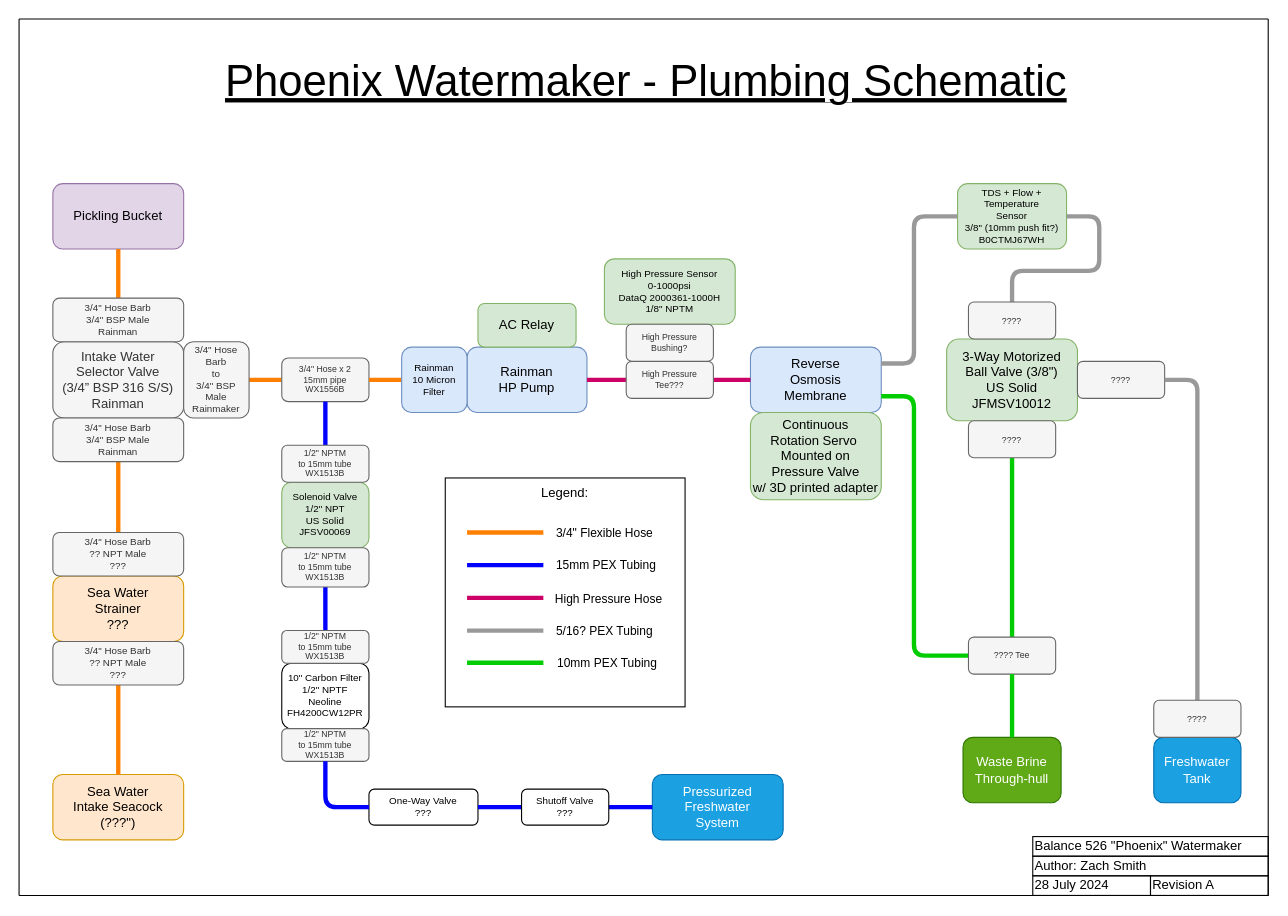
Before: page "Phoenix Plumbing" (4 of 5) of Brine-o-Matic 9000.drawio in hoeken/brineomatic, a draw.io diagram. Source tidied: cells renumbered, new cells numbered last; positions are measured from the earlier drawing's top-left corner, leaving out a move shared by most shapes. Both pictures are drawn from the tidied source at 109%, with x=0, y=0 at pixel (19, 19).
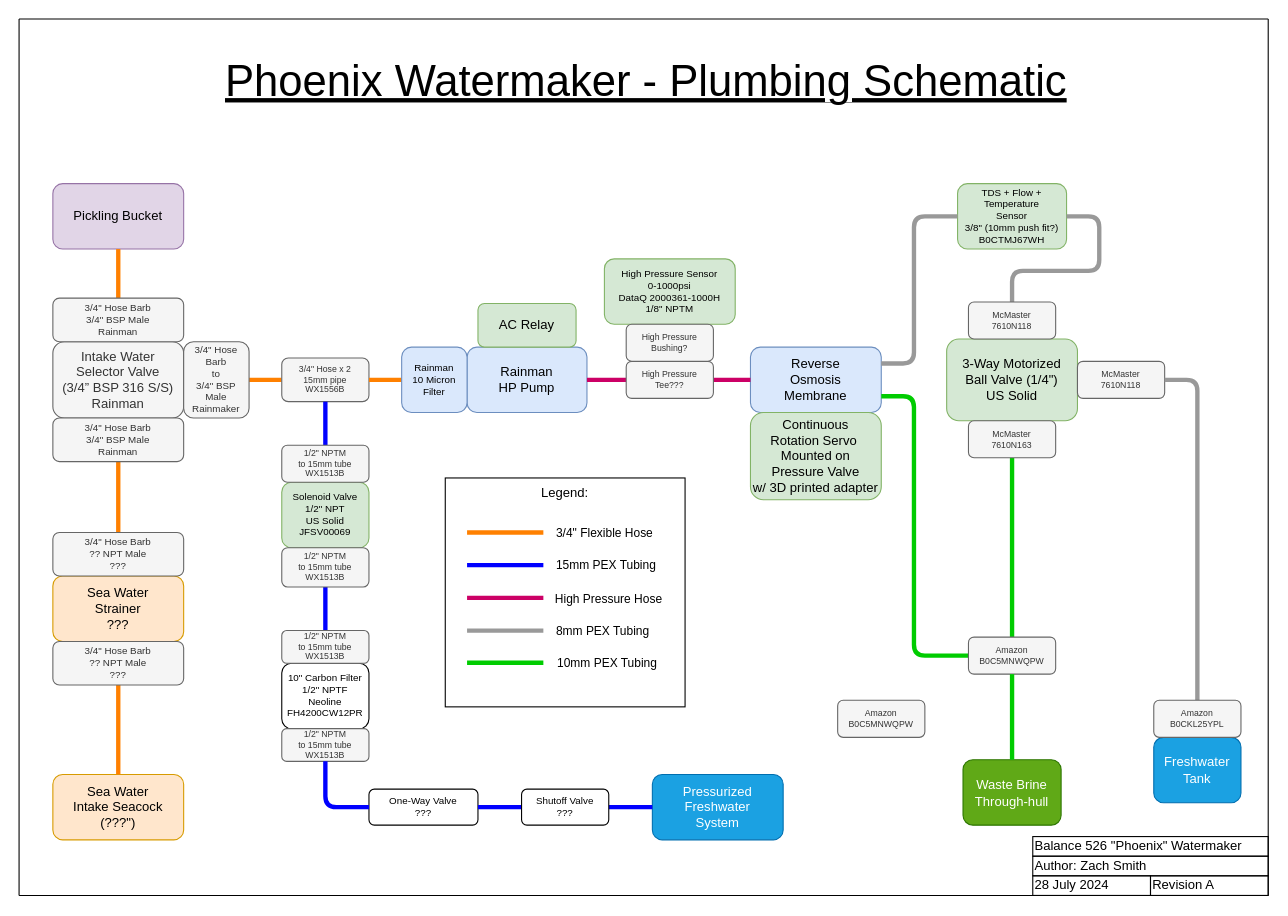
The same page after the edit.

The change refers to these unchanged cells:
```xml
<mxCell id="66" style="endArrow=none;html=1;rounded=1;strokeColor=#999999;strokeWidth=4;" parent="1" edge="1">
  <mxGeometry relative="1" as="geometry">
    <mxPoint x="481" y="561" as="sourcePoint" />
    <mxPoint x="411" y="561" as="targetPoint" />
  </mxGeometry>
</mxCell>
```

The edit, as a diff of the source:
```diff
@@
-    <mxCell id="17" value="3-Way Motorized&lt;br&gt;Ball Valve (3/8&quot;)&lt;br&gt;US Solid&lt;br&gt;JFMSV10012" style="rounded=1;whiteSpace=wrap;html=1;fillColor=#d5e8d4;strokeColor=#82b366;" parent="1" vertex="1">
+    <mxCell id="17" value="3-Way Motorized&lt;br&gt;Ball Valve (1/4&quot;)&lt;br&gt;US Solid&lt;br&gt;" style="rounded=1;whiteSpace=wrap;html=1;fillColor=#d5e8d4;strokeColor=#82b366;" parent="1" vertex="1">
       <mxGeometry x="851" y="293.5" width="120" height="75" as="geometry" />
     </mxCell>
@@
     <mxCell id="20" value="Waste Brine&lt;br&gt;Through-hull" style="rounded=1;whiteSpace=wrap;html=1;fillColor=#60a917;fontColor=#ffffff;strokeColor=#2D7600;" parent="1" vertex="1">
-      <mxGeometry x="866" y="659" width="90" height="60" as="geometry" />
+      <mxGeometry x="866" y="679.5" width="90" height="60" as="geometry" />
     </mxCell>
@@
-    <mxCell id="48" value="????" style="rounded=1;whiteSpace=wrap;html=1;fillColor=#f5f5f5;strokeColor=#666666;fontColor=#333333;fontSize=8;" parent="1" vertex="1">
+    <mxCell id="48" value="McMaster&lt;br&gt;7610N118" style="rounded=1;whiteSpace=wrap;html=1;fillColor=#f5f5f5;strokeColor=#666666;fontColor=#333333;fontSize=8;" parent="1" vertex="1">
       <mxGeometry x="871" y="259.5" width="80" height="34" as="geometry" />
     </mxCell>
-    <mxCell id="49" value="????" style="rounded=1;whiteSpace=wrap;html=1;fillColor=#f5f5f5;strokeColor=#666666;fontColor=#333333;fontSize=8;" parent="1" vertex="1">
+    <mxCell id="49" value="McMaster&lt;br&gt;7610N163" style="rounded=1;whiteSpace=wrap;html=1;fillColor=#f5f5f5;strokeColor=#666666;fontColor=#333333;fontSize=8;" parent="1" vertex="1">
       <mxGeometry x="871" y="368.5" width="80" height="34" as="geometry" />
     </mxCell>
-    <mxCell id="50" value="????" style="rounded=1;whiteSpace=wrap;html=1;fillColor=#f5f5f5;strokeColor=#666666;fontColor=#333333;fontSize=8;" parent="1" vertex="1">
+    <mxCell id="50" value="McMaster&lt;br style=&quot;border-color: var(--border-color);&quot;&gt;7610N118" style="rounded=1;whiteSpace=wrap;html=1;fillColor=#f5f5f5;strokeColor=#666666;fontColor=#333333;fontSize=8;" parent="1" vertex="1">
       <mxGeometry x="971" y="314" width="80" height="34" as="geometry" />
     </mxCell>
@@
-    <mxCell id="56" value="????" style="rounded=1;whiteSpace=wrap;html=1;fillColor=#f5f5f5;strokeColor=#666666;fontColor=#333333;fontSize=8;" parent="1" vertex="1">
+    <mxCell id="56" value="Amazon&lt;br&gt;B0CKL25YPL" style="rounded=1;whiteSpace=wrap;html=1;fillColor=#f5f5f5;strokeColor=#666666;fontColor=#333333;fontSize=8;" parent="1" vertex="1">
       <mxGeometry x="1041" y="625" width="80" height="34" as="geometry" />
     </mxCell>
@@
-    <mxCell id="58" value="???? Tee" style="rounded=1;whiteSpace=wrap;html=1;fillColor=#f5f5f5;strokeColor=#666666;fontColor=#333333;fontSize=8;" parent="1" vertex="1">
+    <mxCell id="58" value="Amazon&lt;br&gt;B0C5MNWQPW" style="rounded=1;whiteSpace=wrap;html=1;fillColor=#f5f5f5;strokeColor=#666666;fontColor=#333333;fontSize=8;" parent="1" vertex="1">
       <mxGeometry x="871" y="567" width="80" height="34" as="geometry" />
     </mxCell>
@@
-    <mxCell id="67" value="5/16? PEX Tubing" style="edgeLabel;html=1;align=left;verticalAlign=middle;" parent="66" vertex="1">
+    <mxCell id="67" value="8mm PEX Tubing" style="edgeLabel;html=1;align=left;verticalAlign=middle;" parent="66" vertex="1">
       <mxGeometry x="-0.66" y="-2" relative="1" as="geometry">
         <mxPoint x="22" y="2" as="offset" />
       </mxGeometry>
     </mxCell>
@@
+    <mxCell id="79" value="Amazon&lt;br&gt;B0C5MNWQPW" style="rounded=1;whiteSpace=wrap;html=1;fillColor=#f5f5f5;strokeColor=#666666;fontColor=#333333;fontSize=8;" parent="1" vertex="1">
+      <mxGeometry x="751" y="625" width="80" height="34" as="geometry" />
+    </mxCell>
```
